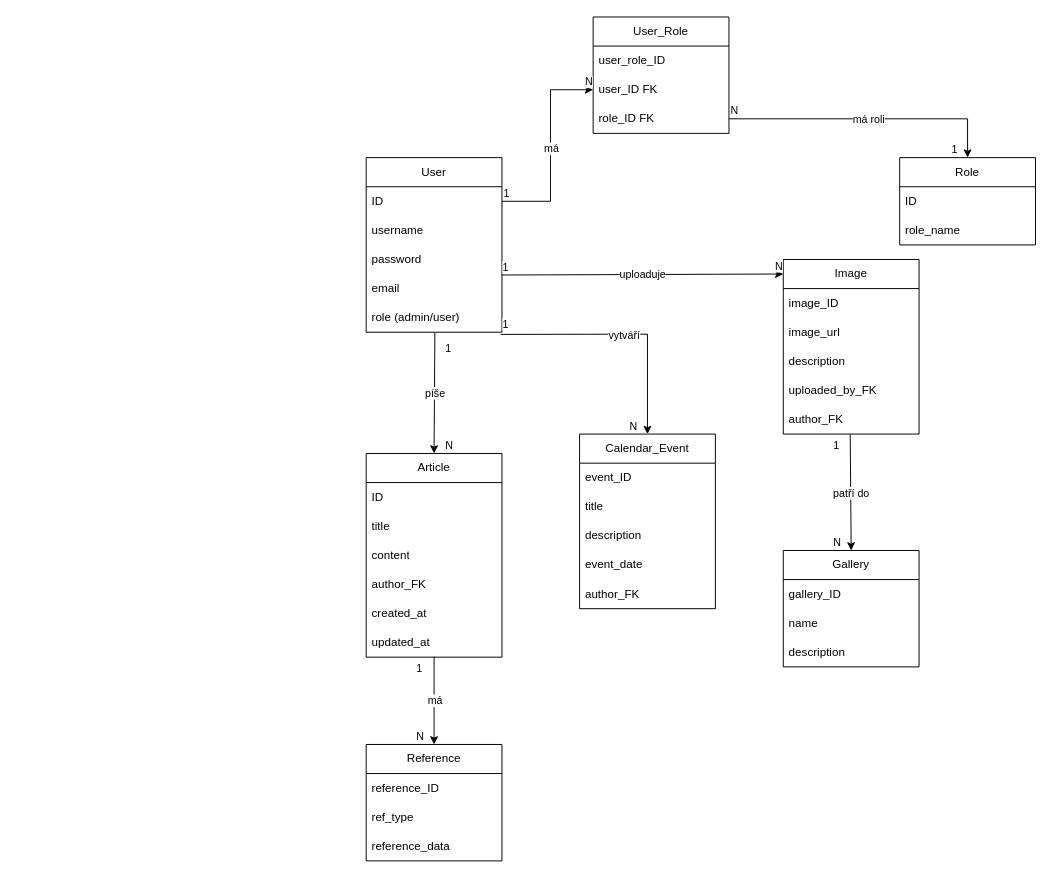
Above: Diagram bez názvu.drawio in DanielFrengl/skola (draw.io), before the change. Source tidied: cells renumbered, new cells numbered last; positions are measured from the earlier drawing's top-left corner, leaving out a move shared by most shapes. Both pictures are drawn from the tidied source at 97%, with x=0, y=0 at pixel (366, 16).
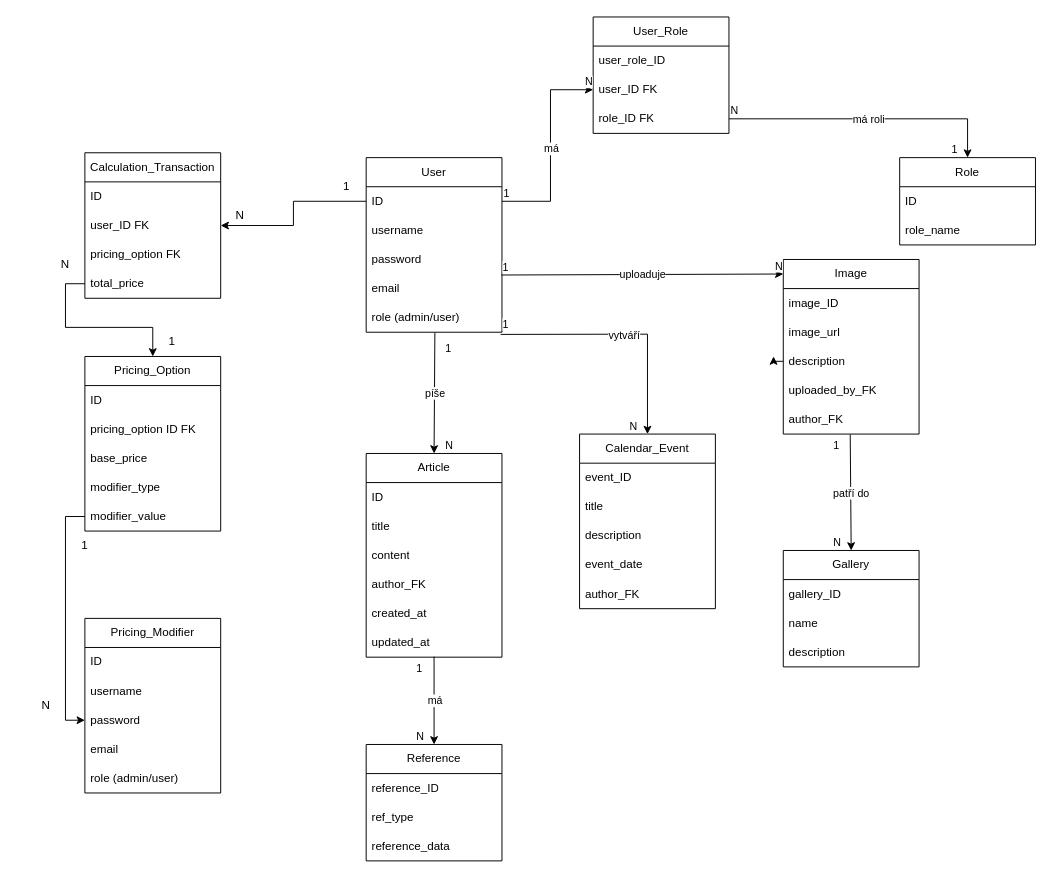
The same page after the edit.

The change refers to these unchanged cells:
```xml
<mxCell id="3" value="ID" style="text;strokeColor=none;fillColor=none;align=left;verticalAlign=middle;spacingLeft=4;spacingRight=4;overflow=hidden;points=[[0,0.5],[1,0.5]];portConstraint=eastwest;whiteSpace=wrap;html=1;" parent="2" vertex="1">
  <mxGeometry y="30" width="140" height="30" as="geometry" />
</mxCell>
<mxCell id="24" value="Image" style="swimlane;fontStyle=0;horizontal=1;startSize=30;whiteSpace=wrap;html=1;" parent="1" vertex="1">
  <mxGeometry x="430" y="250" width="140" height="180" as="geometry" />
</mxCell>
<mxCell id="27" value="description" style="text;strokeColor=none;fillColor=none;align=left;verticalAlign=middle;spacingLeft=4;spacingRight=4;overflow=hidden;points=[[0,0.5],[1,0.5]];portConstraint=eastwest;whiteSpace=wrap;html=1;" parent="24" vertex="1">
  <mxGeometry y="90" width="140" height="30" as="geometry" />
</mxCell>
```

Diff of the diagram source:
```diff
@@
+    <mxCell id="70" style="edgeStyle=orthogonalEdgeStyle;rounded=0;jettySize=auto;html=1;exitX=0;exitY=0.5;exitDx=0;exitDy=0;" parent="24" edge="1" source="27">
+      <mxGeometry relative="1" as="geometry">
+        <mxPoint x="-10" y="100" as="targetPoint" />
+      </mxGeometry>
+    </mxCell>
@@
+    <mxCell id="71" value="Calculation_Transaction" style="swimlane;fontStyle=0;horizontal=1;startSize=30;whiteSpace=wrap;html=1;" parent="1" vertex="1">
+      <mxGeometry x="-290" y="140" width="140" height="150" as="geometry" />
+    </mxCell>
+    <mxCell id="72" value="ID" style="text;strokeColor=none;fillColor=none;align=left;verticalAlign=middle;spacingLeft=4;spacingRight=4;overflow=hidden;whiteSpace=wrap;html=1;" parent="71" vertex="1">
+      <mxGeometry y="30" width="140" height="30" as="geometry" />
+    </mxCell>
+    <mxCell id="73" value="user_ID FK" style="text;strokeColor=none;fillColor=none;align=left;verticalAlign=middle;spacingLeft=4;spacingRight=4;overflow=hidden;points=[[0,0.5],[1,0.5]];portConstraint=eastwest;whiteSpace=wrap;html=1;" parent="71" vertex="1">
+      <mxGeometry y="60" width="140" height="30" as="geometry" />
+    </mxCell>
+    <mxCell id="74" value="pricing_option FK" style="text;strokeColor=none;fillColor=none;align=left;verticalAlign=middle;spacingLeft=4;spacingRight=4;overflow=hidden;whiteSpace=wrap;html=1;" parent="71" vertex="1">
+      <mxGeometry y="90" width="140" height="30" as="geometry" />
+    </mxCell>
+    <mxCell id="75" value="total_price" style="text;strokeColor=none;fillColor=none;align=left;verticalAlign=middle;spacingLeft=4;spacingRight=4;overflow=hidden;points=[[0,0.5],[1,0.5]];portConstraint=eastwest;whiteSpace=wrap;html=1;" parent="71" vertex="1">
+      <mxGeometry y="120" width="140" height="30" as="geometry" />
+    </mxCell>
+    <mxCell id="76" value="Pricing_Option" style="swimlane;fontStyle=0;horizontal=1;startSize=30;whiteSpace=wrap;html=1;" parent="1" vertex="1">
+      <mxGeometry x="-290" y="350" width="140" height="180" as="geometry" />
+    </mxCell>
+    <mxCell id="77" value="ID" style="text;strokeColor=none;fillColor=none;align=left;verticalAlign=middle;spacingLeft=4;spacingRight=4;overflow=hidden;whiteSpace=wrap;html=1;" parent="76" vertex="1">
+      <mxGeometry y="30" width="140" height="30" as="geometry" />
+    </mxCell>
+    <mxCell id="78" value="pricing_option ID FK" style="text;strokeColor=none;fillColor=none;align=left;verticalAlign=middle;spacingLeft=4;spacingRight=4;overflow=hidden;whiteSpace=wrap;html=1;" parent="76" vertex="1">
+      <mxGeometry y="60" width="140" height="30" as="geometry" />
+    </mxCell>
+    <mxCell id="79" value="base_price" style="text;strokeColor=none;fillColor=none;align=left;verticalAlign=middle;spacingLeft=4;spacingRight=4;overflow=hidden;whiteSpace=wrap;html=1;" parent="76" vertex="1">
+      <mxGeometry y="90" width="140" height="30" as="geometry" />
+    </mxCell>
+    <mxCell id="80" value="modifier_type" style="text;strokeColor=none;fillColor=none;align=left;verticalAlign=middle;spacingLeft=4;spacingRight=4;overflow=hidden;whiteSpace=wrap;html=1;" parent="76" vertex="1">
+      <mxGeometry y="120" width="140" height="30" as="geometry" />
+    </mxCell>
+    <mxCell id="81" value="modifier_value" style="text;strokeColor=none;fillColor=none;align=left;verticalAlign=middle;spacingLeft=4;spacingRight=4;overflow=hidden;points=[[0,0.5],[1,0.5]];portConstraint=eastwest;whiteSpace=wrap;html=1;" parent="76" vertex="1">
+      <mxGeometry y="150" width="140" height="30" as="geometry" />
+    </mxCell>
+    <mxCell id="82" value="Pricing_Modifier" style="swimlane;fontStyle=0;horizontal=1;startSize=30;whiteSpace=wrap;html=1;" parent="1" vertex="1">
+      <mxGeometry x="-290" y="620" width="140" height="180" as="geometry" />
+    </mxCell>
+    <mxCell id="83" value="ID" style="text;strokeColor=none;fillColor=none;align=left;verticalAlign=middle;spacingLeft=4;spacingRight=4;overflow=hidden;whiteSpace=wrap;html=1;" parent="82" vertex="1">
+      <mxGeometry y="30" width="140" height="30" as="geometry" />
+    </mxCell>
+    <mxCell id="84" value="username" style="text;strokeColor=none;fillColor=none;align=left;verticalAlign=middle;spacingLeft=4;spacingRight=4;overflow=hidden;whiteSpace=wrap;html=1;" parent="82" vertex="1">
+      <mxGeometry y="60" width="140" height="30" as="geometry" />
+    </mxCell>
+    <mxCell id="85" value="password" style="text;strokeColor=none;fillColor=none;align=left;verticalAlign=middle;spacingLeft=4;spacingRight=4;overflow=hidden;points=[[0,0.5],[1,0.5]];portConstraint=eastwest;whiteSpace=wrap;html=1;" parent="82" vertex="1">
+      <mxGeometry y="90" width="140" height="30" as="geometry" />
+    </mxCell>
+    <mxCell id="86" value="email" style="text;strokeColor=none;fillColor=none;align=left;verticalAlign=middle;spacingLeft=4;spacingRight=4;overflow=hidden;whiteSpace=wrap;html=1;" parent="82" vertex="1">
+      <mxGeometry y="120" width="140" height="30" as="geometry" />
+    </mxCell>
+    <mxCell id="87" value="role (admin/user)" style="text;strokeColor=none;fillColor=none;align=left;verticalAlign=middle;spacingLeft=4;spacingRight=4;overflow=hidden;whiteSpace=wrap;html=1;" parent="82" vertex="1">
+      <mxGeometry y="150" width="140" height="30" as="geometry" />
+    </mxCell>
+    <mxCell id="88" style="edgeStyle=orthogonalEdgeStyle;rounded=0;jettySize=auto;html=1;exitX=0;exitY=0.5;exitDx=0;exitDy=0;" parent="1" edge="1" source="3" target="73">
+      <mxGeometry relative="1" as="geometry" />
+    </mxCell>
+    <mxCell id="89" style="edgeStyle=orthogonalEdgeStyle;rounded=0;jettySize=auto;html=1;exitX=0;exitY=0.5;exitDx=0;exitDy=0;entryX=0.5;entryY=0;entryDx=0;entryDy=0;" parent="1" edge="1" source="75" target="76">
+      <mxGeometry relative="1" as="geometry" />
+    </mxCell>
+    <mxCell id="90" style="edgeStyle=orthogonalEdgeStyle;rounded=0;jettySize=auto;html=1;exitX=0;exitY=0.5;exitDx=0;exitDy=0;entryX=0;entryY=0.5;entryDx=0;entryDy=0;" parent="1" edge="1" source="81" target="85">
+      <mxGeometry relative="1" as="geometry" />
+    </mxCell>
+    <mxCell id="91" value="1" style="text;html=1;align=center;verticalAlign=middle;whiteSpace=wrap;rounded=0;" parent="1" vertex="1">
+      <mxGeometry x="-50" y="160" width="60" height="30" as="geometry" />
+    </mxCell>
+    <mxCell id="92" value="N" style="text;html=1;align=center;verticalAlign=middle;whiteSpace=wrap;rounded=0;" parent="1" vertex="1">
+      <mxGeometry x="-160" y="190" width="60" height="30" as="geometry" />
+    </mxCell>
+    <mxCell id="93" value="1" style="text;html=1;align=center;verticalAlign=middle;whiteSpace=wrap;rounded=0;" parent="1" vertex="1">
+      <mxGeometry x="-230" y="320" width="60" height="30" as="geometry" />
+    </mxCell>
+    <mxCell id="94" value="N" style="text;html=1;align=center;verticalAlign=middle;whiteSpace=wrap;rounded=0;" parent="1" vertex="1">
+      <mxGeometry x="-340" y="240" width="60" height="30" as="geometry" />
+    </mxCell>
+    <mxCell id="95" value="1" style="text;html=1;align=center;verticalAlign=middle;whiteSpace=wrap;rounded=0;" parent="1" vertex="1">
+      <mxGeometry x="-320" y="530" width="60" height="30" as="geometry" />
+    </mxCell>
+    <mxCell id="96" value="N" style="text;html=1;align=center;verticalAlign=middle;whiteSpace=wrap;rounded=0;" parent="1" vertex="1">
+      <mxGeometry x="-360" y="695" width="60" height="30" as="geometry" />
+    </mxCell>
```
